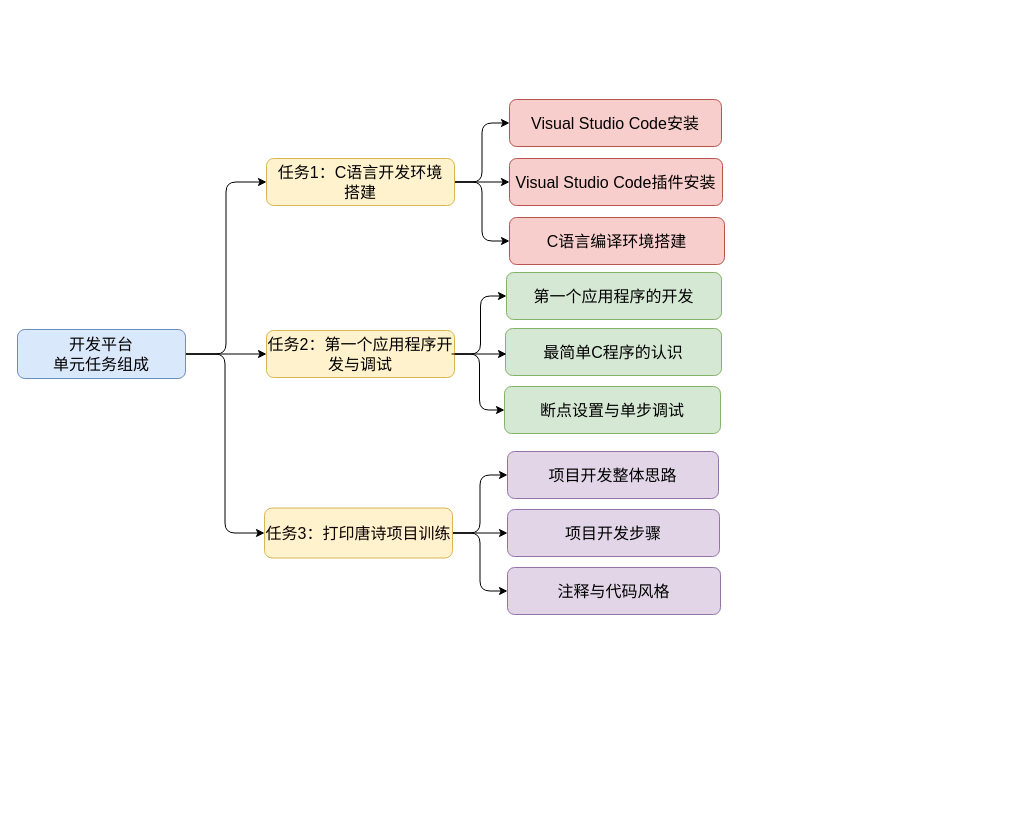
The draw.io diagram platform.drawio in JamieXu168/WebRTC-Experiment, before the edit. Source tidied: cells renumbered, new cells numbered last; positions are measured from the earlier drawing's top-left corner, leaving out a move shared by most shapes. Both pictures are drawn from the tidied source at 100%, with x=0, y=0 at pixel (17, 99).
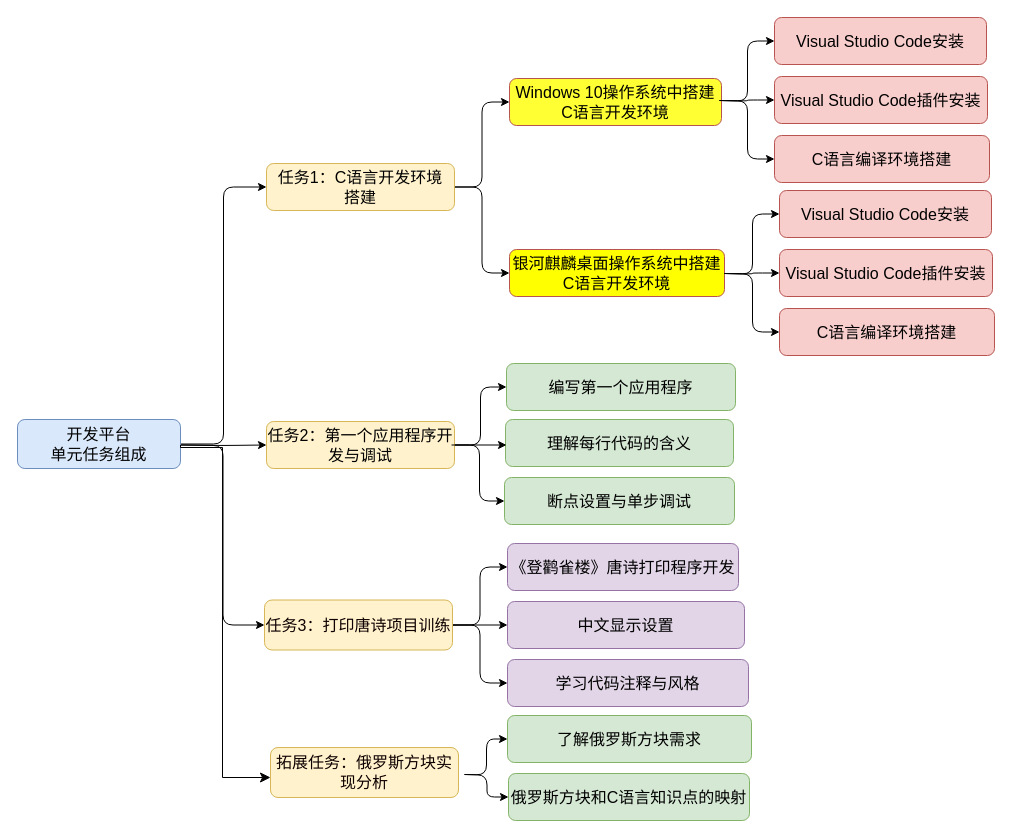
Above is the later version.

What changed in the source:
```diff
@@
-    <mxCell id="3" style="edgeStyle=orthogonalEdgeStyle;html=1;exitX=1;exitY=0.5;exitDx=0;exitDy=0;entryX=0;entryY=0.5;entryDx=0;entryDy=0;fontSize=16;" parent="1" edge="1" source="5" target="20">
-      <mxGeometry relative="1" as="geometry" />
+    <mxCell id="3" style="edgeStyle=orthogonalEdgeStyle;html=1;exitX=1;exitY=0.5;exitDx=0;exitDy=0;entryX=0;entryY=0.5;entryDx=0;entryDy=0;fontSize=16;" parent="1" edge="1" target="20">
+      <mxGeometry relative="1" as="geometry">
+        <mxPoint x="163" y="345.5" as="sourcePoint" />
+      </mxGeometry>
     </mxCell>
-    <mxCell id="4" style="edgeStyle=orthogonalEdgeStyle;html=1;entryX=0;entryY=0.5;entryDx=0;entryDy=0;fontSize=16;" parent="1" edge="1" source="5" target="12">
-      <mxGeometry relative="1" as="geometry" />
+    <mxCell id="4" style="edgeStyle=orthogonalEdgeStyle;html=1;entryX=0;entryY=0.5;entryDx=0;entryDy=0;fontSize=16;" parent="1" edge="1" target="12">
+      <mxGeometry relative="1" as="geometry">
+        <mxPoint x="163" y="345.5" as="sourcePoint" />
+      </mxGeometry>
     </mxCell>
     <mxCell id="5" value="&lt;font style=&quot;font-size: 16px;&quot;&gt;开发平台&lt;br&gt;单元任务组成&lt;br&gt;&lt;/font&gt;" style="rounded=1;whiteSpace=wrap;html=1;fillColor=#dae8fc;strokeColor=#6c8ebf;" parent="1" vertex="1">
-      <mxGeometry y="230" width="168" height="49" as="geometry" />
+      <mxGeometry y="320" width="163" height="49" as="geometry" />
     </mxCell>
@@
-    <mxCell id="8" style="edgeStyle=orthogonalEdgeStyle;html=1;exitX=1;exitY=0.5;exitDx=0;exitDy=0;entryX=0;entryY=0.5;entryDx=0;entryDy=0;fontSize=16;" parent="1" edge="1" source="9" target="14">
-      <mxGeometry relative="1" as="geometry" />
-    </mxCell>
     <mxCell id="9" value="&lt;font style=&quot;font-size: 16px;&quot;&gt;任务1：C语言开发环境&lt;br&gt;搭建&lt;/font&gt;" style="rounded=1;whiteSpace=wrap;html=1;fillColor=#fff2cc;strokeColor=#d6b656;fontColor=#000000;" parent="1" vertex="1">
-      <mxGeometry x="249" y="59" width="188" height="47" as="geometry" />
+      <mxGeometry x="249" y="64" width="188" height="47" as="geometry" />
     </mxCell>
@@
     <mxCell id="12" value="&lt;font color=&quot;#000000&quot; style=&quot;font-size: 16px;&quot;&gt;任务2：第一个应用程序开发与调试&lt;/font&gt;" style="rounded=1;whiteSpace=wrap;html=1;fillColor=#fff2cc;strokeColor=#d6b656;" parent="1" vertex="1">
-      <mxGeometry x="249" y="231" width="188" height="47" as="geometry" />
+      <mxGeometry x="249" y="322" width="188" height="47" as="geometry" />
     </mxCell>
-    <mxCell id="13" value="&lt;font style=&quot;font-size: 16px;&quot;&gt;Visual Studio Code安装&lt;/font&gt;" style="rounded=1;whiteSpace=wrap;html=1;fillColor=#f8cecc;strokeColor=#b85450;verticalAlign=middle;" parent="1" vertex="1">
-      <mxGeometry x="492" width="212" height="47" as="geometry" />
+    <mxCell id="13" value="&lt;font style=&quot;font-size: 16px;&quot;&gt;Windows 10操作系统中搭建C语言开发环境&lt;/font&gt;" style="rounded=1;whiteSpace=wrap;html=1;fillColor=#FFFF33;strokeColor=#b85450;verticalAlign=middle;" parent="1" vertex="1">
+      <mxGeometry x="492" y="-21" width="212" height="47" as="geometry" />
     </mxCell>
-    <mxCell id="14" value="&lt;font style=&quot;font-size: 16px;&quot;&gt;Visual Studio Code插件安装&lt;/font&gt;" style="rounded=1;whiteSpace=wrap;html=1;fillColor=#f8cecc;strokeColor=#b85450;" parent="1" vertex="1">
-      <mxGeometry x="492" y="59" width="213" height="47" as="geometry" />
-    </mxCell>
-    <mxCell id="15" value="&lt;font style=&quot;font-size: 16px;&quot;&gt;C语言编译环境搭建&lt;/font&gt;" style="rounded=1;whiteSpace=wrap;html=1;fillColor=#f8cecc;strokeColor=#b85450;" parent="1" vertex="1">
-      <mxGeometry x="492" y="118" width="215" height="47" as="geometry" />
+    <mxCell id="15" value="&lt;font style=&quot;font-size: 16px;&quot;&gt;银河麒麟桌面操作系统中搭建C语言开发环境&lt;/font&gt;" style="rounded=1;whiteSpace=wrap;html=1;fillColor=#FFFF00;strokeColor=#b85450;" parent="1" vertex="1">
+      <mxGeometry x="492" y="150" width="215" height="47" as="geometry" />
     </mxCell>
-    <mxCell id="16" value="&lt;span style=&quot;font-size: 16px;&quot;&gt;第一个应用程序的开发&lt;/span&gt;" style="rounded=1;whiteSpace=wrap;html=1;fillColor=#d5e8d4;strokeColor=#82b366;" parent="1" vertex="1">
-      <mxGeometry x="489" y="173" width="215" height="47" as="geometry" />
+    <mxCell id="16" value="&lt;span style=&quot;font-size: 16px;&quot;&gt;编写第一个应用程序&lt;/span&gt;" style="rounded=1;whiteSpace=wrap;html=1;fillColor=#d5e8d4;strokeColor=#82b366;" parent="1" vertex="1">
+      <mxGeometry x="489" y="264" width="229" height="47" as="geometry" />
     </mxCell>
@@
     <mxCell id="20" value="&lt;font style=&quot;font-size: 16px;&quot;&gt;任务3&lt;/font&gt;&lt;span style=&quot;font-size: 16px;&quot;&gt;：打印唐诗项目训练&lt;/span&gt;" style="rounded=1;whiteSpace=wrap;html=1;fillColor=#fff2cc;strokeColor=#d6b656;fontColor=#0e0101;" parent="1" vertex="1">
-      <mxGeometry x="247" y="408.5" width="188" height="50" as="geometry" />
+      <mxGeometry x="247" y="500.5" width="188" height="50" as="geometry" />
     </mxCell>
-    <mxCell id="21" value="&lt;span&gt;&lt;font style=&quot;font-size: 16px;&quot;&gt;项目开发整体思路&lt;/font&gt;&lt;/span&gt;" style="rounded=1;whiteSpace=wrap;html=1;fillColor=#e1d5e7;strokeColor=#9673a6;" parent="1" vertex="1">
-      <mxGeometry x="490" y="352" width="211" height="47" as="geometry" />
+    <mxCell id="21" value="&lt;span style=&quot;font-size: 16px;&quot;&gt;《登鹳雀楼》唐诗打印程序开发&lt;/span&gt;" style="rounded=1;whiteSpace=wrap;html=1;fillColor=#e1d5e7;strokeColor=#9673a6;" parent="1" vertex="1">
+      <mxGeometry x="490" y="444" width="231" height="47" as="geometry" />
     </mxCell>
     <mxCell id="22" value="&lt;span style=&quot;font-size: 16px;&quot;&gt;断点设置与单步调试&lt;/span&gt;" style="rounded=1;whiteSpace=wrap;html=1;fillColor=#d5e8d4;strokeColor=#82b366;" parent="1" vertex="1">
-      <mxGeometry x="487" y="287" width="216" height="47" as="geometry" />
+      <mxGeometry x="487" y="378" width="230" height="47" as="geometry" />
     </mxCell>
-    <mxCell id="23" value="&lt;span&gt;&lt;font style=&quot;font-size: 16px;&quot;&gt;项目开发步骤&lt;/font&gt;&lt;/span&gt;" style="rounded=1;whiteSpace=wrap;html=1;fillColor=#e1d5e7;strokeColor=#9673a6;" parent="1" vertex="1">
-      <mxGeometry x="490" y="410" width="212" height="47" as="geometry" />
+    <mxCell id="23" value="&lt;span style=&quot;font-size: 16px;&quot;&gt;中文显示设置&lt;/span&gt;" style="rounded=1;whiteSpace=wrap;html=1;fillColor=#e1d5e7;strokeColor=#9673a6;" parent="1" vertex="1">
+      <mxGeometry x="490" y="502" width="237" height="47" as="geometry" />
     </mxCell>
-    <mxCell id="24" value="&lt;span style=&quot;font-size: 16px;&quot;&gt;注释与代码风格&lt;/span&gt;" style="rounded=1;whiteSpace=wrap;html=1;fillColor=#e1d5e7;strokeColor=#9673a6;" parent="1" vertex="1">
-      <mxGeometry x="490" y="468" width="213" height="47" as="geometry" />
+    <mxCell id="24" value="&lt;span style=&quot;font-size: 16px;&quot;&gt;学习代码注释与风格&lt;/span&gt;" style="rounded=1;whiteSpace=wrap;html=1;fillColor=#e1d5e7;strokeColor=#9673a6;" parent="1" vertex="1">
+      <mxGeometry x="490" y="560" width="241" height="47" as="geometry" />
     </mxCell>
-    <mxCell id="25" value="&lt;span style=&quot;font-size: 16px;&quot;&gt;最简单C程序的认识&lt;/span&gt;" style="rounded=1;whiteSpace=wrap;html=1;fillColor=#d5e8d4;strokeColor=#82b366;" parent="1" vertex="1">
-      <mxGeometry x="488" y="229" width="216" height="47" as="geometry" />
+    <mxCell id="25" value="&lt;span style=&quot;font-size: 16px;&quot;&gt;理解每行代码的含义&lt;/span&gt;" style="rounded=1;whiteSpace=wrap;html=1;fillColor=#d5e8d4;strokeColor=#82b366;" parent="1" vertex="1">
+      <mxGeometry x="488" y="320" width="228" height="47" as="geometry" />
     </mxCell>
     <mxCell id="26" style="edgeStyle=orthogonalEdgeStyle;html=1;exitX=1;exitY=0.5;exitDx=0;exitDy=0;entryX=0;entryY=0.5;entryDx=0;entryDy=0;fontSize=16;" parent="1" edge="1">
       <mxGeometry relative="1" as="geometry">
-        <mxPoint x="434" y="254.5" as="sourcePoint" />
-        <mxPoint x="489" y="254.5" as="targetPoint" />
+        <mxPoint x="434" y="345.5" as="sourcePoint" />
+        <mxPoint x="489" y="345.5" as="targetPoint" />
       </mxGeometry>
     </mxCell>
+    <mxCell id="27" value="&lt;span style=&quot;font-size: 16px;&quot;&gt;拓展任务：俄罗斯方块实现分析&lt;/span&gt;" style="rounded=1;whiteSpace=wrap;html=1;fillColor=#fff2cc;strokeColor=#d6b656;fontColor=#0e0101;" parent="1" vertex="1">
+      <mxGeometry x="253" y="648" width="188" height="50" as="geometry" />
+    </mxCell>
+    <mxCell id="28" style="edgeStyle=segmentEdgeStyle;endArrow=classic;html=1;curved=0;rounded=0;endSize=8;startSize=8;sourcePerimeterSpacing=0;targetPerimeterSpacing=0;exitX=1;exitY=0.5;exitDx=0;exitDy=0;" parent="1" edge="1" target="27">
+      <mxGeometry relative="1" as="geometry">
+        <mxPoint x="163" y="345.5" as="sourcePoint" />
+        <Array as="points">
+          <mxPoint x="163" y="348" />
+          <mxPoint x="205" y="348" />
+          <mxPoint x="205" y="678" />
+        </Array>
+      </mxGeometry>
+    </mxCell>
+    <mxCell id="29" style="edgeStyle=orthogonalEdgeStyle;html=1;exitX=1;exitY=0.5;exitDx=0;exitDy=0;entryX=0;entryY=0.5;entryDx=0;entryDy=0;fontSize=16;" parent="1" edge="1" target="32">
+      <mxGeometry relative="1" as="geometry">
+        <mxPoint x="702" y="1" as="sourcePoint" />
+      </mxGeometry>
+    </mxCell>
+    <mxCell id="30" style="edgeStyle=orthogonalEdgeStyle;html=1;exitX=1;exitY=0.5;exitDx=0;exitDy=0;entryX=0;entryY=0.5;entryDx=0;entryDy=0;fontSize=16;" parent="1" edge="1" target="34">
+      <mxGeometry relative="1" as="geometry">
+        <mxPoint x="702" y="1" as="sourcePoint" />
+      </mxGeometry>
+    </mxCell>
+    <mxCell id="31" style="edgeStyle=orthogonalEdgeStyle;html=1;exitX=1;exitY=0.5;exitDx=0;exitDy=0;entryX=0;entryY=0.5;entryDx=0;entryDy=0;fontSize=16;" parent="1" edge="1" target="33">
+      <mxGeometry relative="1" as="geometry">
+        <mxPoint x="702" y="1" as="sourcePoint" />
+      </mxGeometry>
+    </mxCell>
+    <mxCell id="32" value="&lt;font style=&quot;font-size: 16px;&quot;&gt;Visual Studio Code安装&lt;/font&gt;" style="rounded=1;whiteSpace=wrap;html=1;fillColor=#f8cecc;strokeColor=#b85450;verticalAlign=middle;" parent="1" vertex="1">
+      <mxGeometry x="757" y="-82" width="212" height="47" as="geometry" />
+    </mxCell>
+    <mxCell id="33" value="&lt;font style=&quot;font-size: 16px;&quot;&gt;Visual Studio Code插件安装&lt;/font&gt;" style="rounded=1;whiteSpace=wrap;html=1;fillColor=#f8cecc;strokeColor=#b85450;" parent="1" vertex="1">
+      <mxGeometry x="757" y="-23" width="213" height="47" as="geometry" />
+    </mxCell>
+    <mxCell id="34" value="&lt;font style=&quot;font-size: 16px;&quot;&gt;C语言编译环境搭建&lt;/font&gt;" style="rounded=1;whiteSpace=wrap;html=1;fillColor=#f8cecc;strokeColor=#b85450;" parent="1" vertex="1">
+      <mxGeometry x="757" y="36" width="215" height="47" as="geometry" />
+    </mxCell>
+    <mxCell id="35" style="edgeStyle=orthogonalEdgeStyle;html=1;exitX=1;exitY=0.5;exitDx=0;exitDy=0;entryX=0;entryY=0.5;entryDx=0;entryDy=0;fontSize=16;" parent="1" edge="1" target="38">
+      <mxGeometry relative="1" as="geometry">
+        <mxPoint x="707" y="174" as="sourcePoint" />
+      </mxGeometry>
+    </mxCell>
+    <mxCell id="36" style="edgeStyle=orthogonalEdgeStyle;html=1;exitX=1;exitY=0.5;exitDx=0;exitDy=0;entryX=0;entryY=0.5;entryDx=0;entryDy=0;fontSize=16;" parent="1" edge="1" target="40">
+      <mxGeometry relative="1" as="geometry">
+        <mxPoint x="707" y="174" as="sourcePoint" />
+      </mxGeometry>
+    </mxCell>
+    <mxCell id="37" style="edgeStyle=orthogonalEdgeStyle;html=1;exitX=1;exitY=0.5;exitDx=0;exitDy=0;entryX=0;entryY=0.5;entryDx=0;entryDy=0;fontSize=16;" parent="1" edge="1" target="39">
+      <mxGeometry relative="1" as="geometry">
+        <mxPoint x="707" y="174" as="sourcePoint" />
+      </mxGeometry>
+    </mxCell>
+    <mxCell id="38" value="&lt;font style=&quot;font-size: 16px;&quot;&gt;Visual Studio Code安装&lt;/font&gt;" style="rounded=1;whiteSpace=wrap;html=1;fillColor=#f8cecc;strokeColor=#b85450;verticalAlign=middle;" parent="1" vertex="1">
+      <mxGeometry x="762" y="91" width="212" height="47" as="geometry" />
+    </mxCell>
+    <mxCell id="39" value="&lt;font style=&quot;font-size: 16px;&quot;&gt;Visual Studio Code插件安装&lt;/font&gt;" style="rounded=1;whiteSpace=wrap;html=1;fillColor=#f8cecc;strokeColor=#b85450;" parent="1" vertex="1">
+      <mxGeometry x="762" y="150" width="213" height="47" as="geometry" />
+    </mxCell>
+    <mxCell id="40" value="&lt;font style=&quot;font-size: 16px;&quot;&gt;C语言编译环境搭建&lt;/font&gt;" style="rounded=1;whiteSpace=wrap;html=1;fillColor=#f8cecc;strokeColor=#b85450;" parent="1" vertex="1">
+      <mxGeometry x="762" y="209" width="215" height="47" as="geometry" />
+    </mxCell>
+    <mxCell id="41" style="edgeStyle=orthogonalEdgeStyle;html=1;exitX=1;exitY=0.5;exitDx=0;exitDy=0;entryX=0;entryY=0.5;entryDx=0;entryDy=0;fontSize=16;" parent="1" edge="1" target="44">
+      <mxGeometry relative="1" as="geometry">
+        <mxPoint x="447" y="675" as="sourcePoint" />
+      </mxGeometry>
+    </mxCell>
+    <mxCell id="42" style="edgeStyle=orthogonalEdgeStyle;html=1;exitX=1;exitY=0.5;exitDx=0;exitDy=0;entryX=0;entryY=0.5;entryDx=0;entryDy=0;fontSize=16;" parent="1" edge="1" target="43">
+      <mxGeometry relative="1" as="geometry">
+        <mxPoint x="447" y="675" as="sourcePoint" />
+      </mxGeometry>
+    </mxCell>
+    <mxCell id="43" value="&lt;span style=&quot;font-size: 16px;&quot;&gt;了解俄罗斯方块需求&lt;/span&gt;" style="rounded=1;whiteSpace=wrap;html=1;fillColor=#d5e8d4;strokeColor=#82b366;" parent="1" vertex="1">
+      <mxGeometry x="490" y="616" width="244" height="47" as="geometry" />
+    </mxCell>
+    <mxCell id="44" value="&lt;span style=&quot;font-size: 16px;&quot;&gt;俄罗斯方块和C语言知识点的映射&lt;/span&gt;" style="rounded=1;whiteSpace=wrap;html=1;fillColor=#d5e8d4;strokeColor=#82b366;" parent="1" vertex="1">
+      <mxGeometry x="491" y="674" width="241" height="47" as="geometry" />
+    </mxCell>
```
